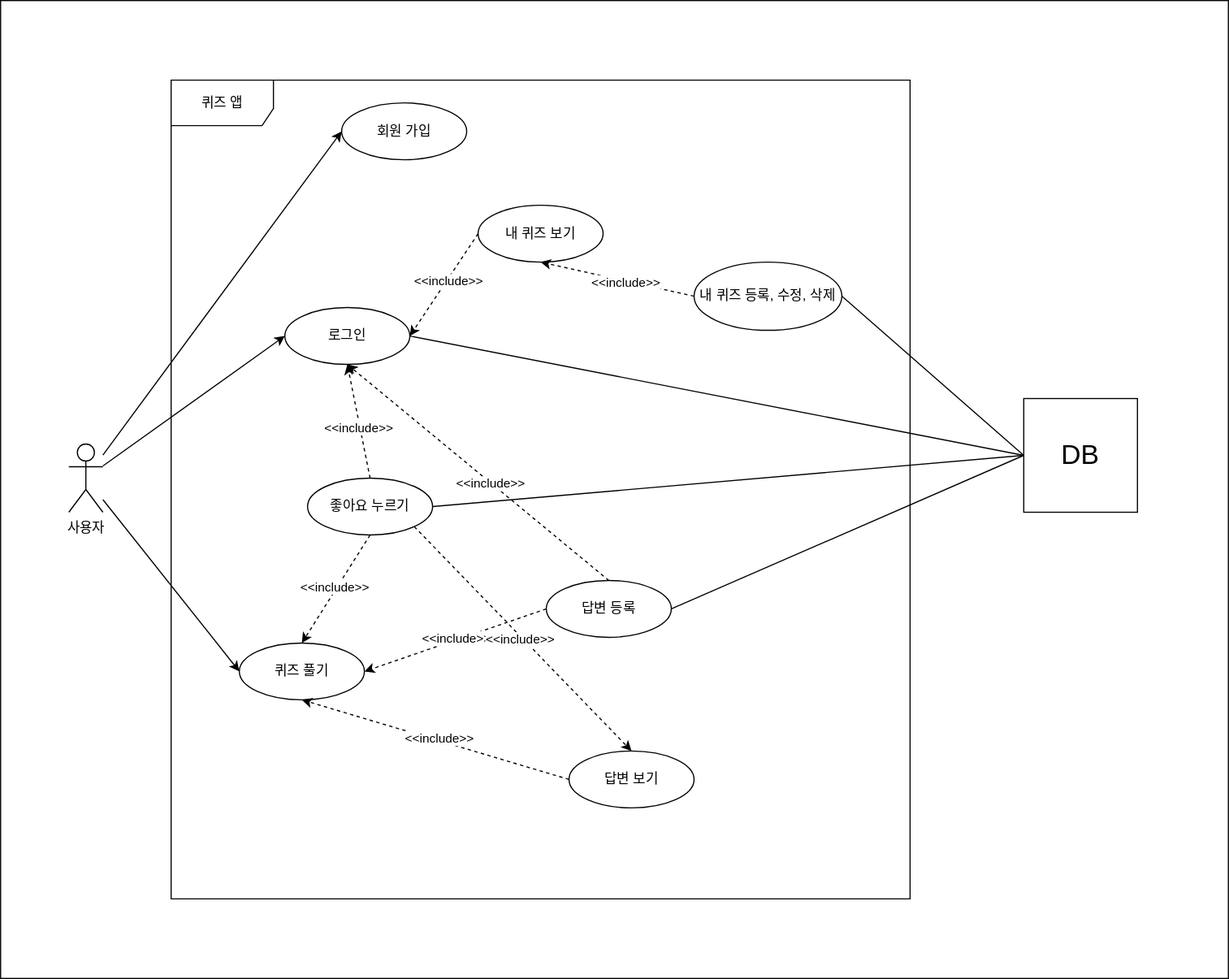
Earlier version of the draw.io export document/usecase.svg (leesh5000/Quiz-Moa-BE). Source tidied: cells renumbered, new cells last; positions are measured from the earlier drawing's top-left corner, leaving out a move shared by most shapes.
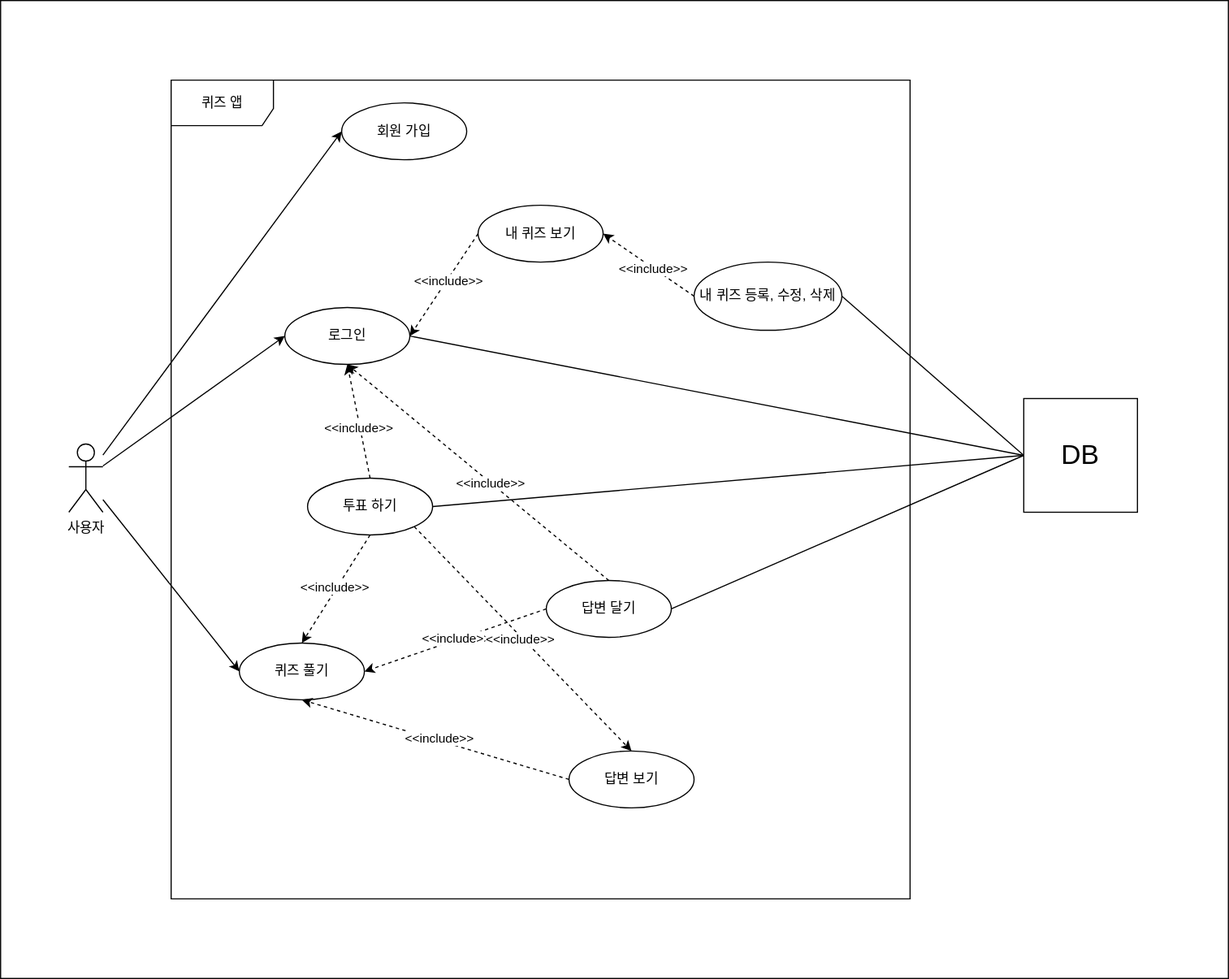
The same diagram one commit later.

Commit message:
#34 - usecase 업데이트

The edit, as a diff of the source:
```diff
@@ -38,13 +38,13 @@
     <mxCell id="13" value="&amp;lt;&amp;lt;include&amp;gt;&amp;gt;" style="edgeLabel;html=1;align=center;verticalAlign=middle;" parent="12" vertex="1">
       <mxGeometry x="-0.1" y="1" relative="1" as="geometry" />
     </mxCell>
-    <mxCell id="14" value="답변 등록" style="ellipse;whiteSpace=wrap;html=1;" parent="1" vertex="1">
+    <mxCell id="14" value="답변 달기" style="ellipse;whiteSpace=wrap;html=1;" parent="1" vertex="1">
       <mxGeometry x="480" y="510" width="110" height="50" as="geometry" />
     </mxCell>
     <mxCell id="15" value="로그인" style="ellipse;whiteSpace=wrap;html=1;" parent="1" vertex="1">
       <mxGeometry x="250" y="270" width="110" height="50" as="geometry" />
     </mxCell>
-    <mxCell id="16" value="좋아요 누르기" style="ellipse;whiteSpace=wrap;html=1;" parent="1" vertex="1">
+    <mxCell id="16" value="투표 하기" style="ellipse;whiteSpace=wrap;html=1;" parent="1" vertex="1">
       <mxGeometry x="270" y="420" width="110" height="50" as="geometry" />
     </mxCell>
     <mxCell id="17" style="edgeStyle=none;rounded=0;jettySize=auto;html=1;entryX=0.5;entryY=1;entryDx=0;entryDy=0;dashed=1;exitX=0.5;exitY=0;exitDx=0;exitDy=0;" parent="1" edge="1" source="16" target="15">
@@ -80,7 +80,7 @@
     <mxCell id="27" value="내 퀴즈 등록, 수정, 삭제" style="ellipse;whiteSpace=wrap;html=1;" parent="1" vertex="1">
       <mxGeometry x="610" y="230" width="130" height="60" as="geometry" />
     </mxCell>
-    <mxCell id="28" style="edgeStyle=none;rounded=0;jettySize=auto;html=1;entryX=0.5;entryY=1;entryDx=0;entryDy=0;dashed=1;exitX=0;exitY=0.5;exitDx=0;exitDy=0;" parent="1" edge="1" source="27" target="24">
+    <mxCell id="28" style="edgeStyle=none;rounded=0;jettySize=auto;html=1;entryX=1;entryY=0.5;entryDx=0;entryDy=0;dashed=1;exitX=0;exitY=0.5;exitDx=0;exitDy=0;" parent="1" edge="1" source="27" target="24">
       <mxGeometry relative="1" as="geometry" />
     </mxCell>
     <mxCell id="29" value="&amp;lt;&amp;lt;include&amp;gt;&amp;gt;" style="edgeLabel;html=1;align=center;verticalAlign=middle;" parent="28" vertex="1">
```
